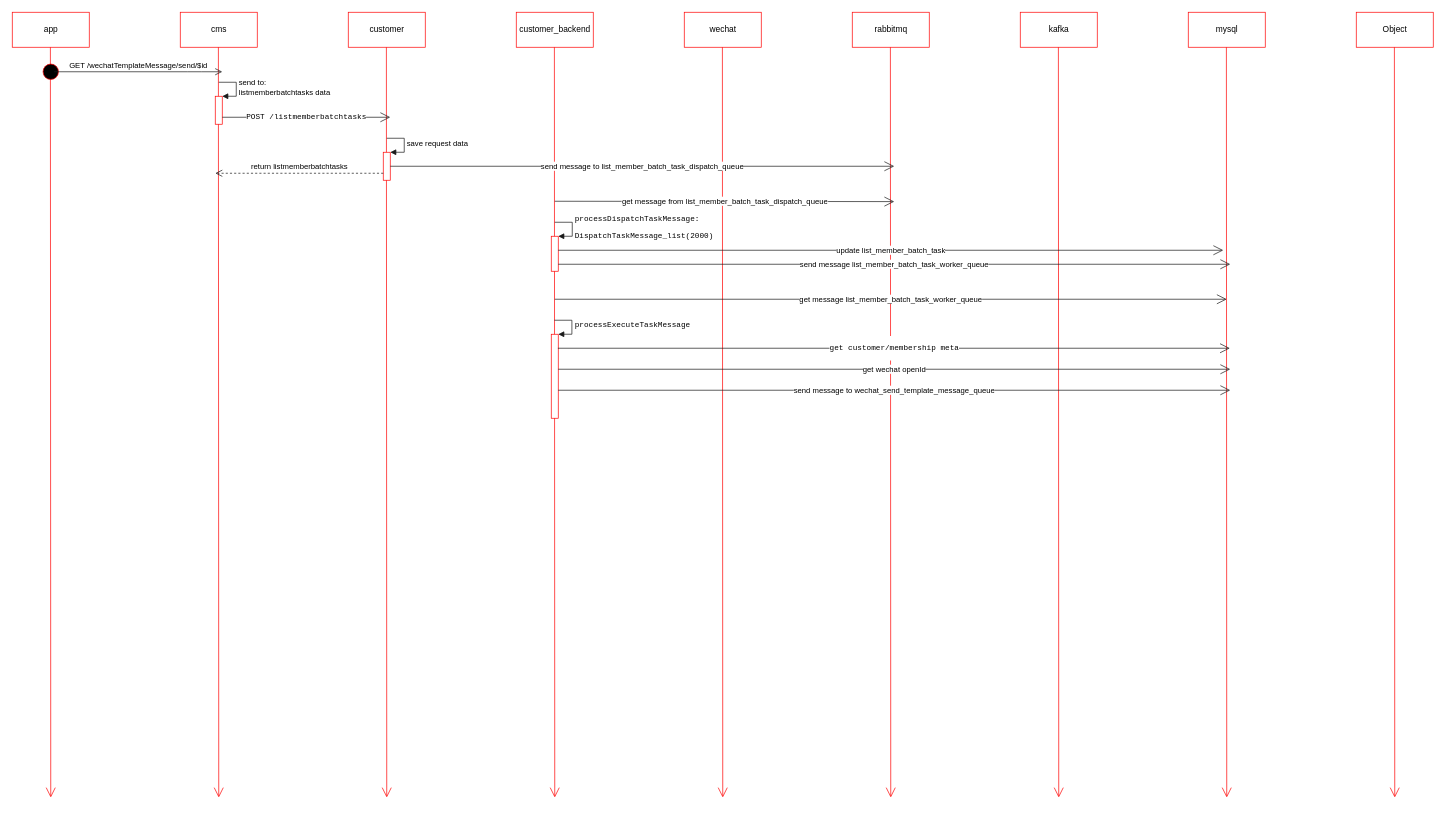
The draw.io diagram Untitled Diagram.drawio in zqy16/Test, before the edit. Source tidied: cells renumbered, new cells numbered last; positions are measured from the earlier drawing's top-left corner, leaving out a move shared by most shapes. Both pictures are drawn from the tidied source at 70%, with x=0, y=0 at pixel (12, 12).
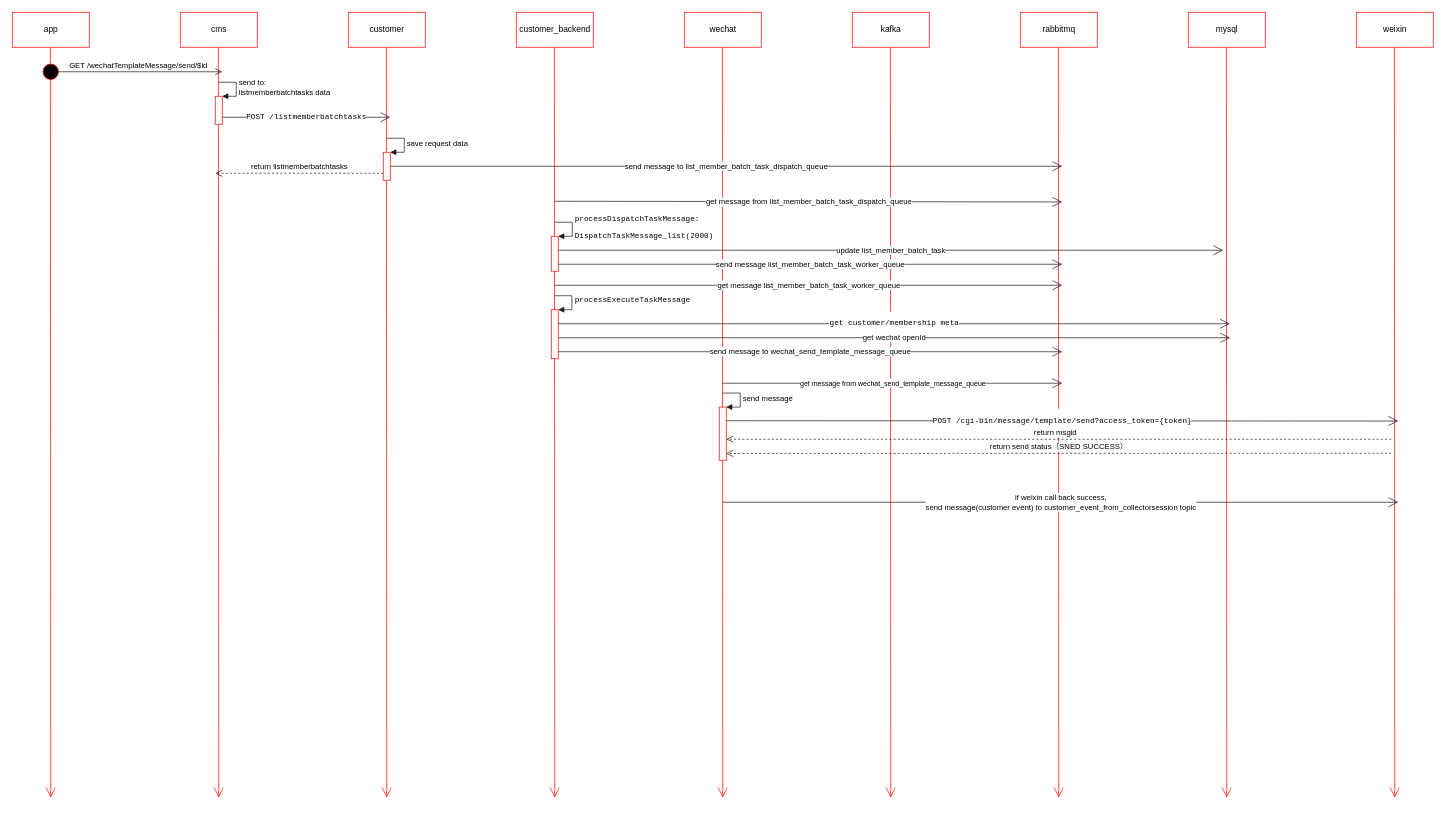
The same page after the edit.

Diff of the diagram source:
```diff
@@
-    <mxCell id="12" value="rabbitmq" style="html=1;strokeColor=#FF0000;" parent="1" vertex="1">
+    <mxCell id="12" value="kafka" style="html=1;strokeColor=#FF0000;" parent="1" vertex="1">
       <mxGeometry x="1200" width="110" height="50" as="geometry" />
     </mxCell>
@@
-    <mxCell id="14" value="kafka" style="html=1;strokeColor=#FF0000;" parent="1" vertex="1">
+    <mxCell id="14" value="rabbitmq" style="html=1;strokeColor=#FF0000;" parent="1" vertex="1">
       <mxGeometry x="1440" width="110" height="50" as="geometry" />
     </mxCell>
@@
-    <mxCell id="18" value="Object" style="html=1;strokeColor=#FF0000;" parent="1" vertex="1">
+    <mxCell id="18" value="weixin" style="html=1;strokeColor=#FF0000;" parent="1" vertex="1">
       <mxGeometry x="1920" width="110" height="50" as="geometry" />
     </mxCell>
@@
     <mxCell id="27" value="send message to&amp;nbsp;list_member_batch_task_dispatch_queue&lt;br&gt;" style="endArrow=open;endFill=1;endSize=12;html=1;strokeColor=#1A1A1A;" parent="1" edge="1">
       <mxGeometry relative="1" as="geometry">
         <mxPoint x="540" y="220" as="sourcePoint" />
-        <mxPoint x="1260" y="220" as="targetPoint" />
+        <mxPoint x="1500" y="220" as="targetPoint" />
       </mxGeometry>
     </mxCell>
@@
     <mxCell id="29" value="get message from list_member_batch_task_dispatch_queue" style="endArrow=open;endFill=1;endSize=12;html=1;strokeColor=#1A1A1A;" parent="1" edge="1">
       <mxGeometry relative="1" as="geometry">
         <mxPoint x="775" y="270" as="sourcePoint" />
-        <mxPoint x="1260" y="270.5" as="targetPoint" />
+        <mxPoint x="1500" y="271" as="targetPoint" />
       </mxGeometry>
     </mxCell>
     <mxCell id="30" style="html=1;points=[];perimeter=orthogonalPerimeter;strokeColor=#FF0000;" parent="1" vertex="1">
-      <mxGeometry x="770" y="460" width="10" height="120" as="geometry" />
+      <mxGeometry x="770" y="425" width="10" height="70" as="geometry" />
     </mxCell>
     <mxCell id="31" value="&lt;pre&gt;&lt;pre&gt;processExecuteTaskMessage&lt;/pre&gt;&lt;/pre&gt;" style="edgeStyle=orthogonalEdgeStyle;html=1;align=left;spacingLeft=2;endArrow=block;rounded=0;entryX=1;entryY=0;strokeColor=#1A1A1A;" parent="1" edge="1" target="30">
       <mxGeometry relative="1" as="geometry">
-        <mxPoint x="774.5" y="440" as="sourcePoint" />
+        <mxPoint x="774.5" y="405" as="sourcePoint" />
         <Array as="points">
-          <mxPoint x="799.5" y="440" />
-          <mxPoint x="799.5" y="460" />
+          <mxPoint x="799.5" y="405" />
+          <mxPoint x="799.5" y="425" />
         </Array>
       </mxGeometry>
     </mxCell>
     <mxCell id="32" value="&lt;pre&gt;get customer/membership meta&lt;/pre&gt;" style="endArrow=open;endFill=1;endSize=12;html=1;strokeColor=#1A1A1A;" parent="1" edge="1">
       <mxGeometry relative="1" as="geometry">
-        <mxPoint x="779.5" y="480" as="sourcePoint" />
-        <mxPoint x="1739.5" y="480" as="targetPoint" />
+        <mxPoint x="779.5" y="445" as="sourcePoint" />
+        <mxPoint x="1739.5" y="445" as="targetPoint" />
       </mxGeometry>
     </mxCell>
     <mxCell id="33" value="get wechat openId" style="endArrow=open;endFill=1;endSize=12;html=1;strokeColor=#1A1A1A;" parent="1" edge="1">
       <mxGeometry relative="1" as="geometry">
-        <mxPoint x="780" y="510" as="sourcePoint" />
-        <mxPoint x="1740" y="510" as="targetPoint" />
+        <mxPoint x="780" y="465" as="sourcePoint" />
+        <mxPoint x="1740" y="465" as="targetPoint" />
       </mxGeometry>
     </mxCell>
@@
     <mxCell id="37" value="send message&amp;nbsp;list_member_batch_task_worker_queue" style="endArrow=open;endFill=1;endSize=12;html=1;strokeColor=#1A1A1A;" parent="1" edge="1">
       <mxGeometry relative="1" as="geometry">
         <mxPoint x="780" y="360" as="sourcePoint" />
-        <mxPoint x="1740" y="360" as="targetPoint" />
+        <mxPoint x="1500" y="360" as="targetPoint" />
       </mxGeometry>
     </mxCell>
     <mxCell id="38" value="get message&amp;nbsp;list_member_batch_task_worker_queue" style="endArrow=open;endFill=1;endSize=12;html=1;strokeColor=#1A1A1A;" parent="1" edge="1">
       <mxGeometry relative="1" as="geometry">
-        <mxPoint x="775" y="410" as="sourcePoint" />
-        <mxPoint x="1735" y="410" as="targetPoint" />
+        <mxPoint x="775" y="390" as="sourcePoint" />
+        <mxPoint x="1500" y="390" as="targetPoint" />
       </mxGeometry>
     </mxCell>
     <mxCell id="39" value="send message to&amp;nbsp;wechat_send_template_message_queue" style="endArrow=open;endFill=1;endSize=12;html=1;strokeColor=#1A1A1A;" parent="1" edge="1">
       <mxGeometry relative="1" as="geometry">
-        <mxPoint x="780" y="540" as="sourcePoint" />
-        <mxPoint x="1740" y="540" as="targetPoint" />
+        <mxPoint x="780" y="485" as="sourcePoint" />
+        <mxPoint x="1500" y="485" as="targetPoint" />
       </mxGeometry>
     </mxCell>
+    <mxCell id="40" value="&lt;font style=&quot;font-size: 10px&quot;&gt;get message from wechat_send_template_message_queue&lt;br&gt;&lt;/font&gt;" style="endArrow=open;endFill=1;endSize=12;html=1;strokeColor=#1A1A1A;" parent="1" edge="1">
+      <mxGeometry relative="1" as="geometry">
+        <mxPoint x="1015" y="530" as="sourcePoint" />
+        <mxPoint x="1500" y="530" as="targetPoint" />
+      </mxGeometry>
+    </mxCell>
+    <mxCell id="41" value="&lt;pre&gt;&lt;span&gt;POST /cgi-bin/message/template/send?access_token={token}&lt;/span&gt;&lt;/pre&gt;" style="endArrow=open;endFill=1;endSize=12;html=1;strokeColor=#1A1A1A;" parent="1" edge="1">
+      <mxGeometry relative="1" as="geometry">
+        <mxPoint x="1020" y="583.5" as="sourcePoint" />
+        <mxPoint x="1980" y="584" as="targetPoint" />
+      </mxGeometry>
+    </mxCell>
+    <mxCell id="42" style="html=1;points=[];perimeter=orthogonalPerimeter;strokeColor=#FF0000;" parent="1" vertex="1">
+      <mxGeometry x="1010" y="564" width="10" height="76" as="geometry" />
+    </mxCell>
+    <mxCell id="43" value="send message" style="edgeStyle=orthogonalEdgeStyle;html=1;align=left;spacingLeft=2;endArrow=block;rounded=0;entryX=1;entryY=0;strokeColor=#1A1A1A;" parent="1" edge="1" target="42">
+      <mxGeometry relative="1" as="geometry">
+        <mxPoint x="1015" y="544" as="sourcePoint" />
+        <Array as="points">
+          <mxPoint x="1040" y="544" />
+        </Array>
+      </mxGeometry>
+    </mxCell>
+    <mxCell id="44" value="return&amp;nbsp;&lt;span&gt;msgid&lt;/span&gt;" style="html=1;verticalAlign=bottom;endArrow=open;dashed=1;endSize=8;strokeColor=#1A1A1A;" parent="1" edge="1" target="42">
+      <mxGeometry x="0.01" relative="1" as="geometry">
+        <mxPoint x="1970" y="610" as="sourcePoint" />
+      </mxGeometry>
+    </mxCell>
+    <mxCell id="45" value="return send status（SNED SUCCESS）" style="html=1;verticalAlign=bottom;endArrow=open;dashed=1;endSize=8;strokeColor=#1A1A1A;entryX=0.982;entryY=0.872;entryDx=0;entryDy=0;entryPerimeter=0;" parent="1" edge="1" target="42">
+      <mxGeometry relative="1" as="geometry">
+        <mxPoint x="1970" y="630" as="sourcePoint" />
+      </mxGeometry>
+    </mxCell>
+    <mxCell id="46" value="if weixin call back success,&lt;br&gt;send message(customer event) to&amp;nbsp;&lt;span&gt;customer_event_from_collectorsession topic&lt;/span&gt;" style="endArrow=open;endFill=1;endSize=12;html=1;strokeColor=#1A1A1A;" parent="1" edge="1">
+      <mxGeometry relative="1" as="geometry">
+        <mxPoint x="1015" y="700" as="sourcePoint" />
+        <mxPoint x="1980" y="700" as="targetPoint" />
+      </mxGeometry>
+    </mxCell>
```
